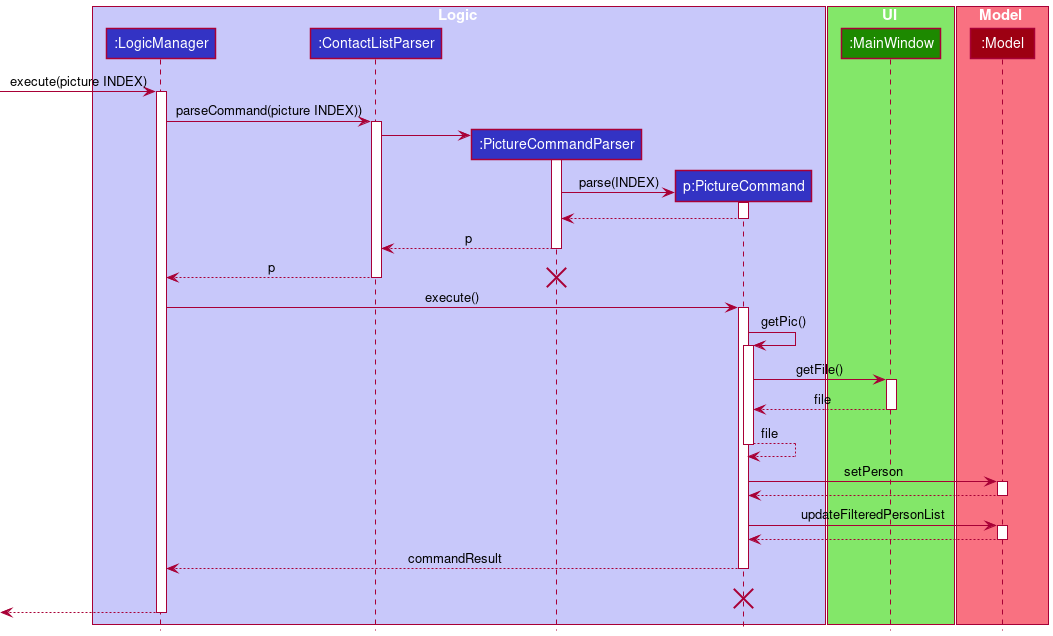
Earlier version of the PlantUML export docs/images/PictureSequenceDiagram.png (stanley-1/tp).
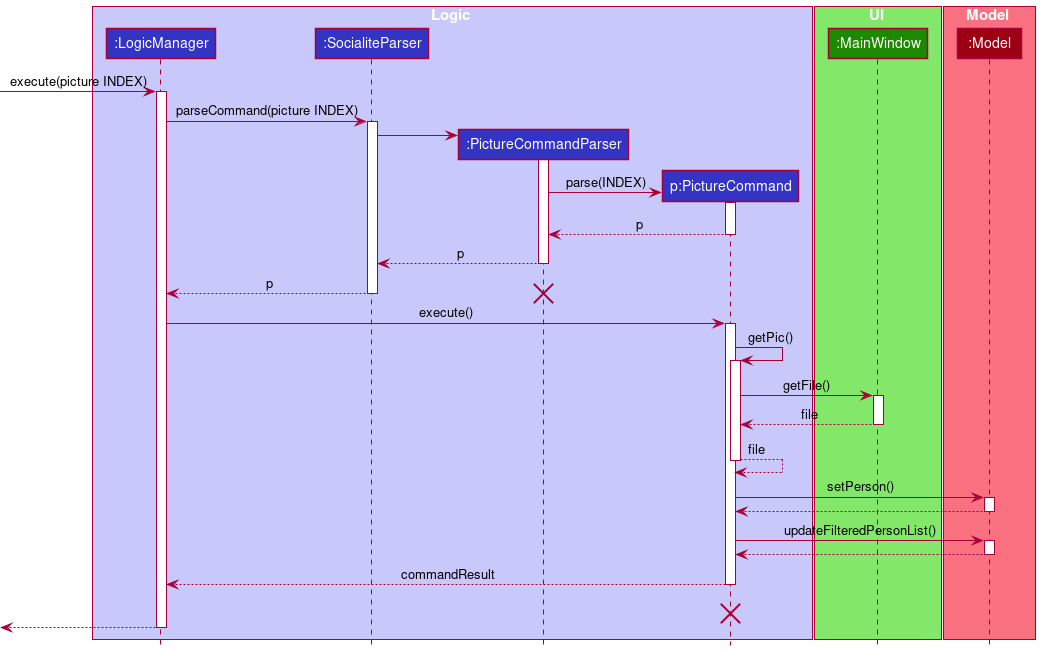
The same diagram one commit later.

What changed in the source:
```diff
@@ -3,7 +3,7 @@
 
 box Logic LOGIC_COLOR_T1
 participant ":LogicManager" as LogicManager LOGIC_COLOR
-participant ":ContactListParser" as ContactListParser LOGIC_COLOR
+participant ":SocialiteParser" as SocialiteParser LOGIC_COLOR
 participant ":PictureCommandParser" as PictureCommandParser LOGIC_COLOR
 participant "p:PictureCommand" as PictureCommand LOGIC_COLOR
 end box
@@ -19,25 +19,25 @@
 [-> LogicManager : execute(picture INDEX)
 activate LogicManager
 
-LogicManager -> ContactListParser : parseCommand(picture INDEX))
-activate ContactListParser
+LogicManager -> SocialiteParser : parseCommand(picture INDEX)
+activate SocialiteParser
 
 create PictureCommandParser
-ContactListParser -> PictureCommandParser
+SocialiteParser -> PictureCommandParser
 activate PictureCommandParser
 
 create PictureCommand
 PictureCommandParser -> PictureCommand : parse(INDEX)
 activate PictureCommand
-PictureCommand --> PictureCommandParser :
+PictureCommand --> PictureCommandParser : p
 deactivate PictureCommand
 
-PictureCommandParser --> ContactListParser : p
+PictureCommandParser --> SocialiteParser : p
 deactivate PictureCommandParser
 deactivate PictureCommand
 
-ContactListParser --> LogicManager : p
-deactivate ContactListParser
+SocialiteParser --> LogicManager : p
+deactivate SocialiteParser
 destroy PictureCommandParser
 
 LogicManager -> PictureCommand : execute()
@@ -55,13 +55,13 @@
 PictureCommand --> PictureCommand : file
 deactivate PictureCommand
 
-PictureCommand -> Model : setPerson
+PictureCommand -> Model : setPerson()
 activate Model
 
 Model --> PictureCommand :
 deactivate Model
 
-PictureCommand -> Model : updateFilteredPersonList
+PictureCommand -> Model : updateFilteredPersonList()
 activate Model
 
 Model --> PictureCommand :
```
